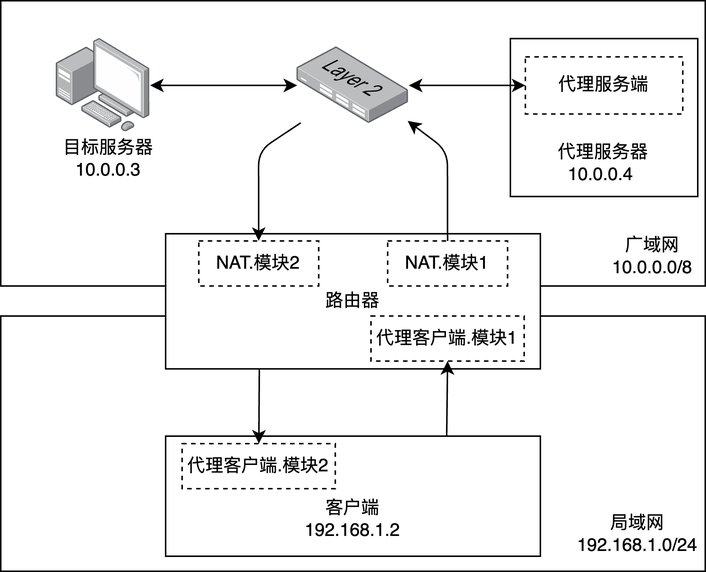
This is proxy_pos.png from N2Sys-EDU/Lab3-Documentation, a draw.io export, as it was before one commit. Source tidied: cells renumbered, new cells last; positions are measured from the earlier drawing's top-left corner, leaving out a move shared by most shapes.
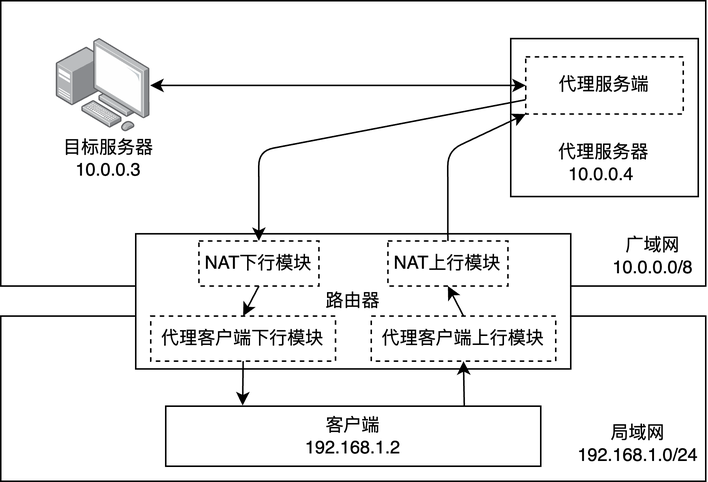
The same diagram one commit later.

Change to the diagram source:
```diff
@@ -5,11 +5,11 @@
     <mxCell id="2" style="rounded=0;whiteSpace=wrap;html=1;" parent="1" vertex="1">
       <mxGeometry width="470" height="190" as="geometry" />
     </mxCell>
-    <mxCell id="3" value="z" style="rounded=0;whiteSpace=wrap;html=1;" parent="1" vertex="1">
-      <mxGeometry y="210" width="470" height="170" as="geometry" />
+    <mxCell id="3" style="rounded=0;whiteSpace=wrap;html=1;" parent="1" vertex="1">
+      <mxGeometry y="210" width="470" height="110" as="geometry" />
     </mxCell>
     <mxCell id="4" value="局域网&lt;br&gt;192.168.1.0/24" style="text;html=1;strokeColor=none;fillColor=none;align=center;verticalAlign=middle;whiteSpace=wrap;rounded=0;" parent="1" vertex="1">
-      <mxGeometry x="395" y="340" width="60" height="30" as="geometry" />
+      <mxGeometry x="395" y="280" width="60" height="30" as="geometry" />
     </mxCell>
     <mxCell id="5" value="广域网&lt;br&gt;10.0.0.0/8" style="text;html=1;strokeColor=none;fillColor=none;align=center;verticalAlign=middle;whiteSpace=wrap;rounded=0;" parent="1" vertex="1">
       <mxGeometry x="405" y="155.2" width="60" height="30" as="geometry" />
@@ -17,50 +17,47 @@
     <mxCell id="6" style="points=[];html=1;align=center;shadow=0;dashed=0;image;image=img/lib/allied_telesis/computer_and_terminals/Personal_Computer_with_Server.svg;" parent="1" vertex="1">
       <mxGeometry x="37.2" y="25.2" width="62.4" height="62.4" as="geometry" />
     </mxCell>
-    <mxCell id="7" style="endArrow=classic;startArrow=classic;html=1;" parent="1" edge="1" source="6" target="9">
+    <mxCell id="7" style="endArrow=classic;startArrow=classic;html=1;entryX=0;entryY=0.5;entryDx=0;entryDy=0;" parent="1" edge="1" source="6" target="24">
       <mxGeometry relative="1" as="geometry" />
     </mxCell>
     <mxCell id="8" value="目标服务器10.0.0.3" style="text;html=1;strokeColor=none;fillColor=none;align=center;verticalAlign=middle;whiteSpace=wrap;rounded=0;" parent="1" vertex="1">
       <mxGeometry x="37.2" y="90" width="70" height="30" as="geometry" />
     </mxCell>
-    <mxCell id="9" style="points=[];html=1;align=center;shadow=0;dashed=0;image;image=img/lib/allied_telesis/switch/Switch_24_port_L2.svg;" parent="1" vertex="1">
-      <mxGeometry x="197.8" y="30.9" width="74.4" height="51" as="geometry" />
-    </mxCell>
     <mxCell id="10" value="路由器" style="rounded=0;whiteSpace=wrap;html=1;" parent="1" vertex="1">
-      <mxGeometry x="110" y="155.2" width="250" height="90" as="geometry" />
+      <mxGeometry x="90" y="155.2" width="290" height="90" as="geometry" />
     </mxCell>
-    <mxCell id="11" value="NAT.模块1" style="text;html=1;strokeColor=default;fillColor=none;align=center;verticalAlign=middle;whiteSpace=wrap;rounded=0;dashed=1;" parent="1" vertex="1">
+    <mxCell id="11" value="NAT上行模块" style="text;html=1;strokeColor=default;fillColor=none;align=center;verticalAlign=middle;whiteSpace=wrap;rounded=0;dashed=1;" parent="1" vertex="1">
       <mxGeometry x="258.1" y="160" width="80" height="30" as="geometry" />
     </mxCell>
+    <mxCell id="25" style="edgeStyle=none;html=1;exitX=0.5;exitY=1;exitDx=0;exitDy=0;entryX=0.5;entryY=0;entryDx=0;entryDy=0;startArrow=none;startFill=0;" parent="1" edge="1" source="12" target="16">
+      <mxGeometry relative="1" as="geometry" />
+    </mxCell>
-    <mxCell id="12" value="NAT.模块2" style="text;html=1;strokeColor=default;fillColor=none;align=center;verticalAlign=middle;whiteSpace=wrap;rounded=0;dashed=1;" parent="1" vertex="1">
+    <mxCell id="12" value="NAT下行模块" style="text;html=1;strokeColor=default;fillColor=none;align=center;verticalAlign=middle;whiteSpace=wrap;rounded=0;dashed=1;" parent="1" vertex="1">
       <mxGeometry x="132.1" y="160" width="80" height="30" as="geometry" />
     </mxCell>
+    <mxCell id="26" style="edgeStyle=none;html=1;exitX=0.5;exitY=0;exitDx=0;exitDy=0;entryX=0.5;entryY=1;entryDx=0;entryDy=0;startArrow=none;startFill=0;" parent="1" edge="1" source="13" target="11">
+      <mxGeometry relative="1" as="geometry" />
+    </mxCell>
-    <mxCell id="13" value="代理客户端.模块1" style="text;html=1;strokeColor=default;fillColor=none;align=center;verticalAlign=middle;whiteSpace=wrap;rounded=0;dashed=1;" parent="1" vertex="1">
-      <mxGeometry x="247" y="210" width="102.2" height="30" as="geometry" />
+    <mxCell id="13" value="代理客户端上行模块" style="text;html=1;strokeColor=default;fillColor=none;align=center;verticalAlign=middle;whiteSpace=wrap;rounded=0;dashed=1;" parent="1" vertex="1">
+      <mxGeometry x="247" y="210" width="123" height="30" as="geometry" />
     </mxCell>
-    <mxCell id="14" style="rounded=0;whiteSpace=wrap;html=1;" parent="1" vertex="1">
-      <mxGeometry x="110" y="290" width="250" height="80" as="geometry" />
+    <mxCell id="14" value="客户端&lt;br&gt;192.168.1.2" style="rounded=0;whiteSpace=wrap;html=1;" parent="1" vertex="1">
+      <mxGeometry x="110" y="270" width="250" height="40" as="geometry" />
     </mxCell>
-    <mxCell id="15" value="客户端&lt;br&gt;192.168.1.2" style="text;html=1;strokeColor=none;fillColor=none;align=center;verticalAlign=middle;whiteSpace=wrap;rounded=0;" parent="1" vertex="1">
-      <mxGeometry x="195" y="330" width="80" height="30" as="geometry" />
-    </mxCell>
-    <mxCell id="16" value="代理客户端.模块2" style="text;html=1;strokeColor=default;fillColor=none;align=center;verticalAlign=middle;whiteSpace=wrap;rounded=0;dashed=1;" parent="1" vertex="1">
-      <mxGeometry x="121" y="295" width="102.2" height="30" as="geometry" />
+    <mxCell id="16" value="代理客户端下行模块" style="text;html=1;strokeColor=default;fillColor=none;align=center;verticalAlign=middle;whiteSpace=wrap;rounded=0;dashed=1;" parent="1" vertex="1">
+      <mxGeometry x="100" y="210" width="123.2" height="30" as="geometry" />
     </mxCell>
-    <mxCell id="17" style="endArrow=classic;html=1;exitX=0.25;exitY=1;exitDx=0;exitDy=0;" parent="1" edge="1" source="10" target="16">
-      <mxGeometry relative="1" as="geometry" />
-    </mxCell>
-    <mxCell id="18" style="endArrow=classic;html=1;exitX=0.75;exitY=0;exitDx=0;exitDy=0;entryX=0.5;entryY=1;entryDx=0;entryDy=0;" parent="1" edge="1" source="14" target="13">
+    <mxCell id="18" style="endArrow=classic;html=1;exitX=0.796;exitY=-0.011;exitDx=0;exitDy=0;entryX=0.5;entryY=1;entryDx=0;entryDy=0;exitPerimeter=0;" parent="1" edge="1" source="14" target="13">
       <mxGeometry relative="1" as="geometry" />
     </mxCell>
-    <mxCell id="19" style="endArrow=classic;html=1;entryX=0.99;entryY=0.963;entryDx=0;entryDy=0;entryPerimeter=0;exitX=0.5;exitY=0;exitDx=0;exitDy=0;" parent="1" edge="1" source="11" target="9">
+    <mxCell id="19" style="endArrow=classic;html=1;entryX=0;entryY=1;entryDx=0;entryDy=0;exitX=0.5;exitY=0;exitDx=0;exitDy=0;" parent="1" edge="1" source="11" target="24">
       <mxGeometry relative="1" as="geometry">
         <Array as="points">
           <mxPoint x="298" y="100" />
         </Array>
       </mxGeometry>
     </mxCell>
-    <mxCell id="20" style="endArrow=classic;html=1;exitX=0.031;exitY=0.989;exitDx=0;exitDy=0;exitPerimeter=0;entryX=0.5;entryY=0;entryDx=0;entryDy=0;" parent="1" edge="1" source="9" target="12">
+    <mxCell id="20" style="endArrow=classic;html=1;exitX=0;exitY=0.75;exitDx=0;exitDy=0;entryX=0.5;entryY=0;entryDx=0;entryDy=0;" parent="1" edge="1" source="24" target="12">
       <mxGeometry relative="1" as="geometry">
         <Array as="points">
           <mxPoint x="172" y="100" />
@@ -73,11 +70,11 @@
     <mxCell id="22" value="&amp;nbsp;代理服务器&lt;br&gt;10.0.0.4" style="text;html=1;strokeColor=none;fillColor=none;align=center;verticalAlign=middle;whiteSpace=wrap;rounded=0;" parent="1" vertex="1">
       <mxGeometry x="353.1" y="87.6" width="95" height="40" as="geometry" />
     </mxCell>
-    <mxCell id="23" style="edgeStyle=none;html=1;exitX=0;exitY=0.5;exitDx=0;exitDy=0;startArrow=classic;startFill=1;" parent="1" edge="1" source="24" target="9">
-      <mxGeometry relative="1" as="geometry" />
-    </mxCell>
     <mxCell id="24" value="代理服务端" style="rounded=0;whiteSpace=wrap;html=1;strokeColor=default;fillColor=none;dashed=1;" parent="1" vertex="1">
       <mxGeometry x="350" y="37.3" width="105" height="38.1" as="geometry" />
     </mxCell>
+    <mxCell id="27" style="endArrow=classic;html=1;exitX=0.5;exitY=1;exitDx=0;exitDy=0;entryX=0.205;entryY=-0.011;entryDx=0;entryDy=0;entryPerimeter=0;" parent="1" edge="1" source="16" target="14">
+      <mxGeometry relative="1" as="geometry" />
+    </mxCell>
   </root>
 </mxGraphModel>
```
